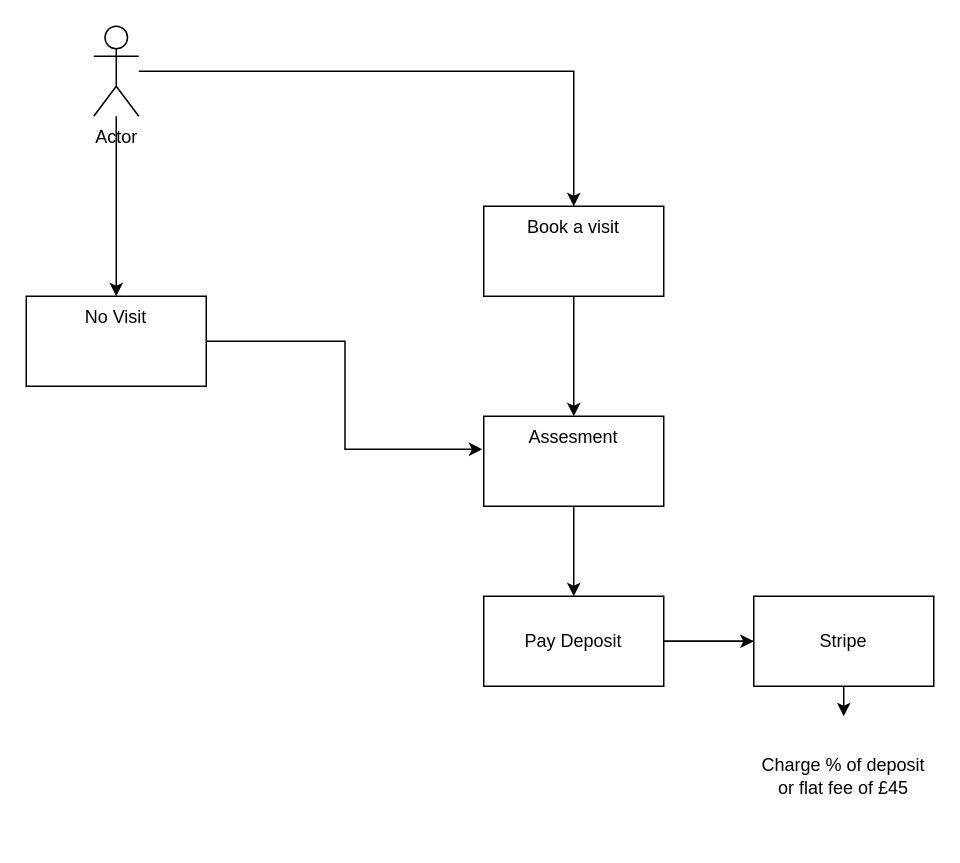
Earlier version of the draw.io diagram CarehomeHighLevelProcess.drawio (mattwatts36/drawings). Source tidied: cells renumbered, new cells numbered last; positions are measured from the earlier drawing's top-left corner, leaving out a move shared by most shapes. Both pictures are drawn from the tidied source at 150%, with x=0, y=0 at pixel (26, 26).
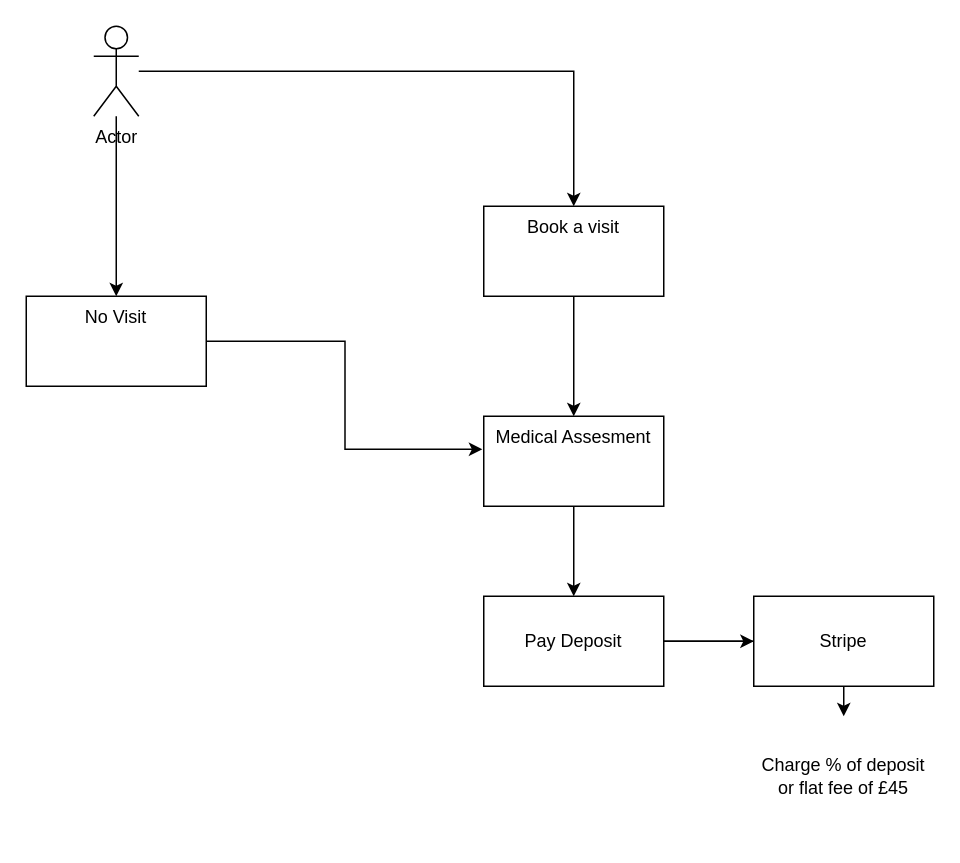
After the change.

Commit message:
saved medical assesment

Diff of the diagram source:
```diff
@@
 <mxGraphModel>
   <root>
     <mxCell id="0" />
     <mxCell id="1" parent="0" />
     <mxCell id="2" style="edgeStyle=orthogonalEdgeStyle;rounded=0;jettySize=auto;html=1;" parent="1" edge="1" source="4" target="9">
       <mxGeometry relative="1" as="geometry" />
     </mxCell>
     <mxCell id="3" style="edgeStyle=orthogonalEdgeStyle;rounded=0;jettySize=auto;html=1;" parent="1" edge="1" source="4" target="11">
       <mxGeometry relative="1" as="geometry" />
     </mxCell>
     <mxCell id="4" value="Actor" style="shape=umlActor;verticalLabelPosition=bottom;verticalAlign=top;html=1;outlineConnect=0;" parent="1" vertex="1">
       <mxGeometry x="45" width="30" height="60" as="geometry" />
     </mxCell>
     <mxCell id="5" style="edgeStyle=orthogonalEdgeStyle;rounded=0;jettySize=auto;html=1;" parent="1" edge="1" source="7" target="14">
       <mxGeometry relative="1" as="geometry" />
     </mxCell>
     <mxCell id="6" style="edgeStyle=orthogonalEdgeStyle;rounded=0;jettySize=auto;html=1;" parent="1" edge="1" source="7" target="15">
       <mxGeometry relative="1" as="geometry" />
     </mxCell>
     <mxCell id="7" value="Pay Deposit" style="rounded=0;whiteSpace=wrap;html=1;" parent="1" vertex="1">
       <mxGeometry x="305" y="380" width="120" height="60" as="geometry" />
     </mxCell>
     <mxCell id="8" style="edgeStyle=orthogonalEdgeStyle;rounded=0;jettySize=auto;html=1;" parent="1" edge="1" source="9" target="13">
       <mxGeometry relative="1" as="geometry" />
     </mxCell>
     <mxCell id="9" value="Book a visit" style="whiteSpace=wrap;html=1;verticalAlign=top;" parent="1" vertex="1">
       <mxGeometry x="305" y="120" width="120" height="60" as="geometry" />
     </mxCell>
     <mxCell id="10" style="edgeStyle=orthogonalEdgeStyle;rounded=0;jettySize=auto;html=1;entryX=-0.008;entryY=0.367;entryDx=0;entryDy=0;entryPerimeter=0;" parent="1" edge="1" source="11" target="13">
       <mxGeometry relative="1" as="geometry" />
     </mxCell>
     <mxCell id="11" value="No Visit" style="whiteSpace=wrap;html=1;verticalAlign=top;" parent="1" vertex="1">
       <mxGeometry y="180" width="120" height="60" as="geometry" />
     </mxCell>
     <mxCell id="12" style="edgeStyle=orthogonalEdgeStyle;rounded=0;jettySize=auto;html=1;" parent="1" edge="1" source="13" target="7">
       <mxGeometry relative="1" as="geometry" />
     </mxCell>
-    <mxCell id="13" value="Assesment" style="whiteSpace=wrap;html=1;verticalAlign=top;" parent="1" vertex="1">
+    <mxCell id="13" value="Medical Assesment" style="whiteSpace=wrap;html=1;verticalAlign=top;" parent="1" vertex="1">
       <mxGeometry x="305" y="260" width="120" height="60" as="geometry" />
     </mxCell>
     <mxCell id="14" value="Charge % of deposit or flat fee of £45" style="text;html=1;strokeColor=none;fillColor=none;align=center;verticalAlign=middle;whiteSpace=wrap;rounded=0;" parent="1" vertex="1">
       <mxGeometry x="485" y="460" width="120" height="80" as="geometry" />
     </mxCell>
     <mxCell id="15" value="Stripe" style="whiteSpace=wrap;html=1;rounded=0;" parent="1" vertex="1">
       <mxGeometry x="485" y="380" width="120" height="60" as="geometry" />
     </mxCell>
   </root>
 </mxGraphModel>
```
